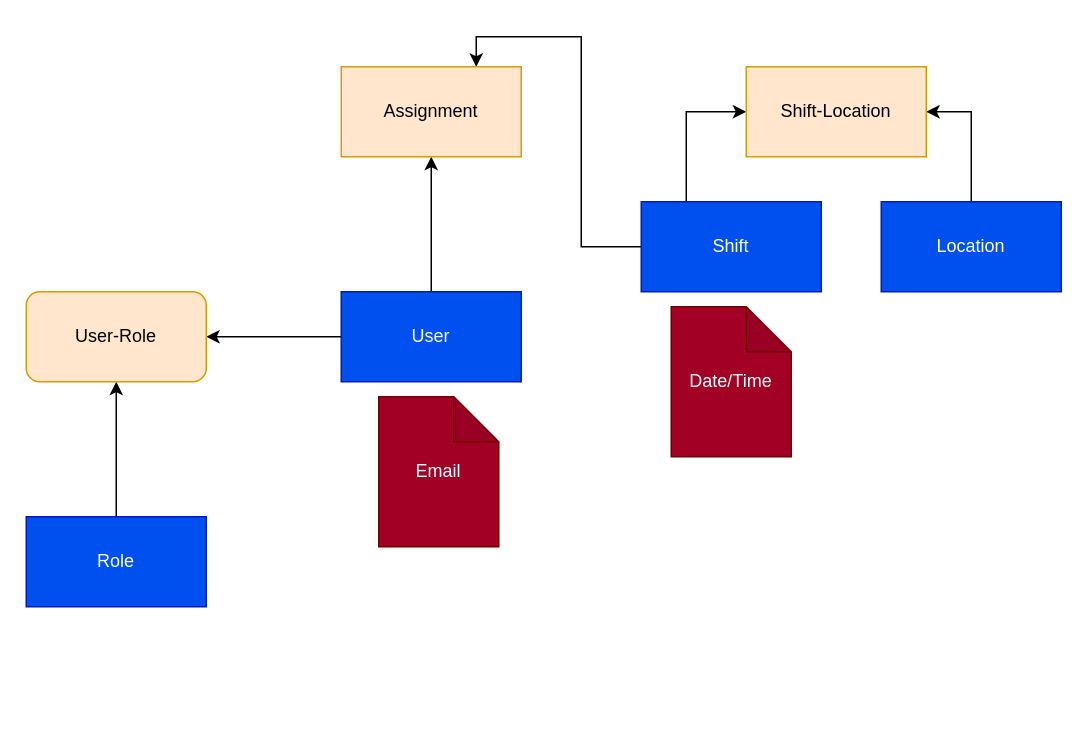
This is page "Data" (2 of 3) of Untitled Diagram.drawio from shahartamari/shifts, a draw.io file, before an edit. Source tidied: cells renumbered, new cells numbered last; positions are measured from the earlier drawing's top-left corner, leaving out a move shared by most shapes. Both pictures are drawn from the tidied source at 150%, with x=0, y=0 at pixel (26, 66).
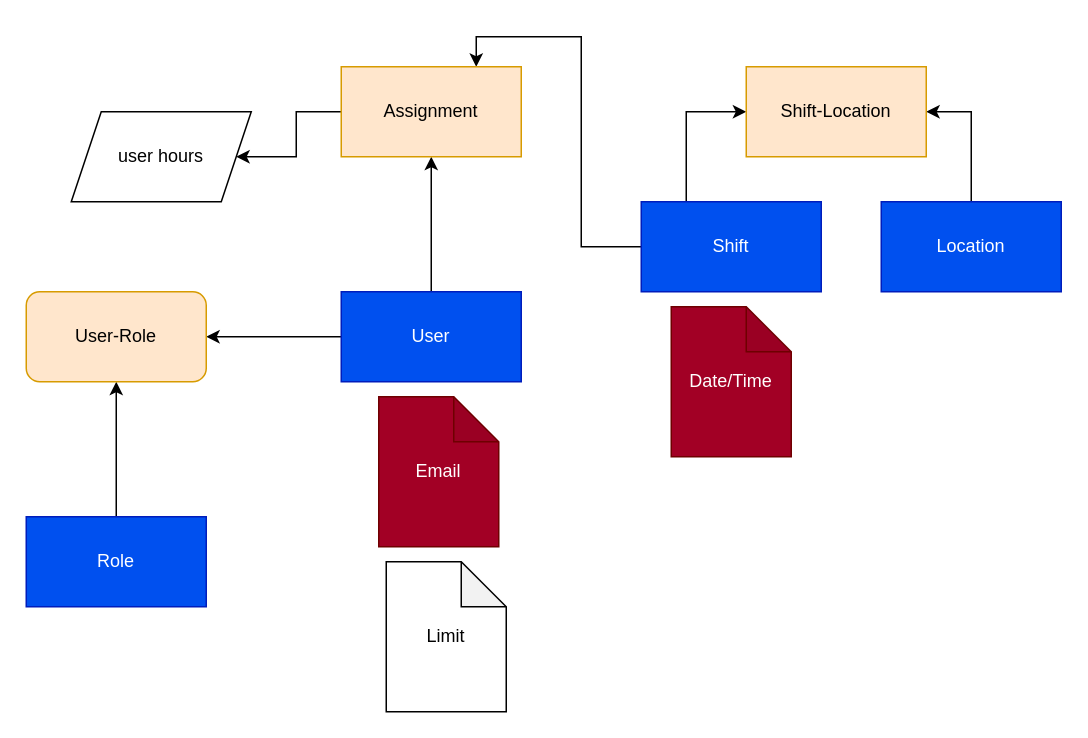
After the change.

Commit message:
updated data and screens

Diff of the diagram source:
```diff
@@
 <mxGraphModel>
   <root>
     <mxCell id="0" />
     <mxCell id="1" parent="0" />
     <mxCell id="2" style="edgeStyle=orthogonalEdgeStyle;rounded=0;jettySize=auto;html=1;exitX=0;exitY=0.5;exitDx=0;exitDy=0;entryX=1;entryY=0.5;entryDx=0;entryDy=0;" parent="1" edge="1" source="4" target="7">
       <mxGeometry relative="1" as="geometry" />
     </mxCell>
     <mxCell id="3" style="edgeStyle=orthogonalEdgeStyle;rounded=0;jettySize=auto;html=1;exitX=0.5;exitY=0;exitDx=0;exitDy=0;entryX=0.5;entryY=1;entryDx=0;entryDy=0;" parent="1" edge="1" source="4" target="11">
       <mxGeometry relative="1" as="geometry" />
     </mxCell>
     <mxCell id="4" value="User" style="rounded=0;whiteSpace=wrap;html=1;fillColor=#0050ef;fontColor=#ffffff;strokeColor=#001DBC;" parent="1" vertex="1">
       <mxGeometry x="210" y="150" width="120" height="60" as="geometry" />
     </mxCell>
     <mxCell id="5" style="edgeStyle=orthogonalEdgeStyle;rounded=0;jettySize=auto;html=1;exitX=0.5;exitY=0;exitDx=0;exitDy=0;entryX=0.5;entryY=1;entryDx=0;entryDy=0;" parent="1" edge="1" source="6" target="7">
       <mxGeometry relative="1" as="geometry" />
     </mxCell>
     <mxCell id="6" value="Role" style="rounded=0;whiteSpace=wrap;html=1;fillColor=#0050ef;fontColor=#ffffff;strokeColor=#001DBC;" parent="1" vertex="1">
       <mxGeometry y="300" width="120" height="60" as="geometry" />
     </mxCell>
     <mxCell id="7" value="User-Role" style="rounded=1;whiteSpace=wrap;html=1;fillColor=#ffe6cc;strokeColor=#d79b00;" parent="1" vertex="1">
       <mxGeometry y="150" width="120" height="60" as="geometry" />
     </mxCell>
     <mxCell id="8" style="edgeStyle=orthogonalEdgeStyle;rounded=0;jettySize=auto;html=1;exitX=0;exitY=0.5;exitDx=0;exitDy=0;entryX=0.75;entryY=0;entryDx=0;entryDy=0;" parent="1" edge="1" source="10" target="11">
       <mxGeometry relative="1" as="geometry" />
     </mxCell>
     <mxCell id="9" style="edgeStyle=orthogonalEdgeStyle;rounded=0;jettySize=auto;html=1;exitX=0.25;exitY=0;exitDx=0;exitDy=0;entryX=0;entryY=0.5;entryDx=0;entryDy=0;" parent="1" edge="1" source="10" target="15">
       <mxGeometry relative="1" as="geometry" />
     </mxCell>
     <mxCell id="10" value="Shift" style="rounded=0;whiteSpace=wrap;html=1;fillColor=#0050ef;fontColor=#ffffff;strokeColor=#001DBC;" parent="1" vertex="1">
       <mxGeometry x="410" y="90" width="120" height="60" as="geometry" />
     </mxCell>
+    <mxCell id="17" style="edgeStyle=orthogonalEdgeStyle;rounded=0;jettySize=auto;html=1;exitX=0;exitY=0.5;exitDx=0;exitDy=0;" parent="1" edge="1" source="11" target="19">
+      <mxGeometry relative="1" as="geometry" />
+    </mxCell>
     <mxCell id="11" value="Assignment" style="rounded=0;whiteSpace=wrap;html=1;fillColor=#ffe6cc;strokeColor=#d79b00;" parent="1" vertex="1">
       <mxGeometry x="210" width="120" height="60" as="geometry" />
     </mxCell>
     <mxCell id="12" value="Date/Time" style="shape=note;whiteSpace=wrap;html=1;backgroundOutline=1;darkOpacity=0.05;fillColor=#a20025;fontColor=#ffffff;strokeColor=#6F0000;" parent="1" vertex="1">
       <mxGeometry x="430" y="160" width="80" height="100" as="geometry" />
     </mxCell>
     <mxCell id="13" style="edgeStyle=orthogonalEdgeStyle;rounded=0;jettySize=auto;html=1;exitX=0.5;exitY=0;exitDx=0;exitDy=0;entryX=1;entryY=0.5;entryDx=0;entryDy=0;" parent="1" edge="1" source="14" target="15">
       <mxGeometry relative="1" as="geometry" />
     </mxCell>
     <mxCell id="14" value="Location" style="rounded=0;whiteSpace=wrap;html=1;fillColor=#0050ef;fontColor=#ffffff;strokeColor=#001DBC;" parent="1" vertex="1">
       <mxGeometry x="570" y="90" width="120" height="60" as="geometry" />
     </mxCell>
     <mxCell id="15" value="Shift-Location" style="rounded=0;whiteSpace=wrap;html=1;fillColor=#ffe6cc;strokeColor=#d79b00;" parent="1" vertex="1">
       <mxGeometry x="480" width="120" height="60" as="geometry" />
     </mxCell>
     <mxCell id="16" value="Email" style="shape=note;whiteSpace=wrap;html=1;backgroundOutline=1;darkOpacity=0.05;fillColor=#a20025;fontColor=#ffffff;strokeColor=#6F0000;" parent="1" vertex="1">
       <mxGeometry x="235" y="220" width="80" height="100" as="geometry" />
     </mxCell>
+    <mxCell id="18" value="Limit" style="shape=note;whiteSpace=wrap;html=1;backgroundOutline=1;darkOpacity=0.05;" parent="1" vertex="1">
+      <mxGeometry x="240" y="330" width="80" height="100" as="geometry" />
+    </mxCell>
+    <mxCell id="19" value="user hours" style="shape=parallelogram;perimeter=parallelogramPerimeter;whiteSpace=wrap;html=1;fixedSize=1;" parent="1" vertex="1">
+      <mxGeometry x="30" y="30" width="120" height="60" as="geometry" />
+    </mxCell>
   </root>
 </mxGraphModel>
```
